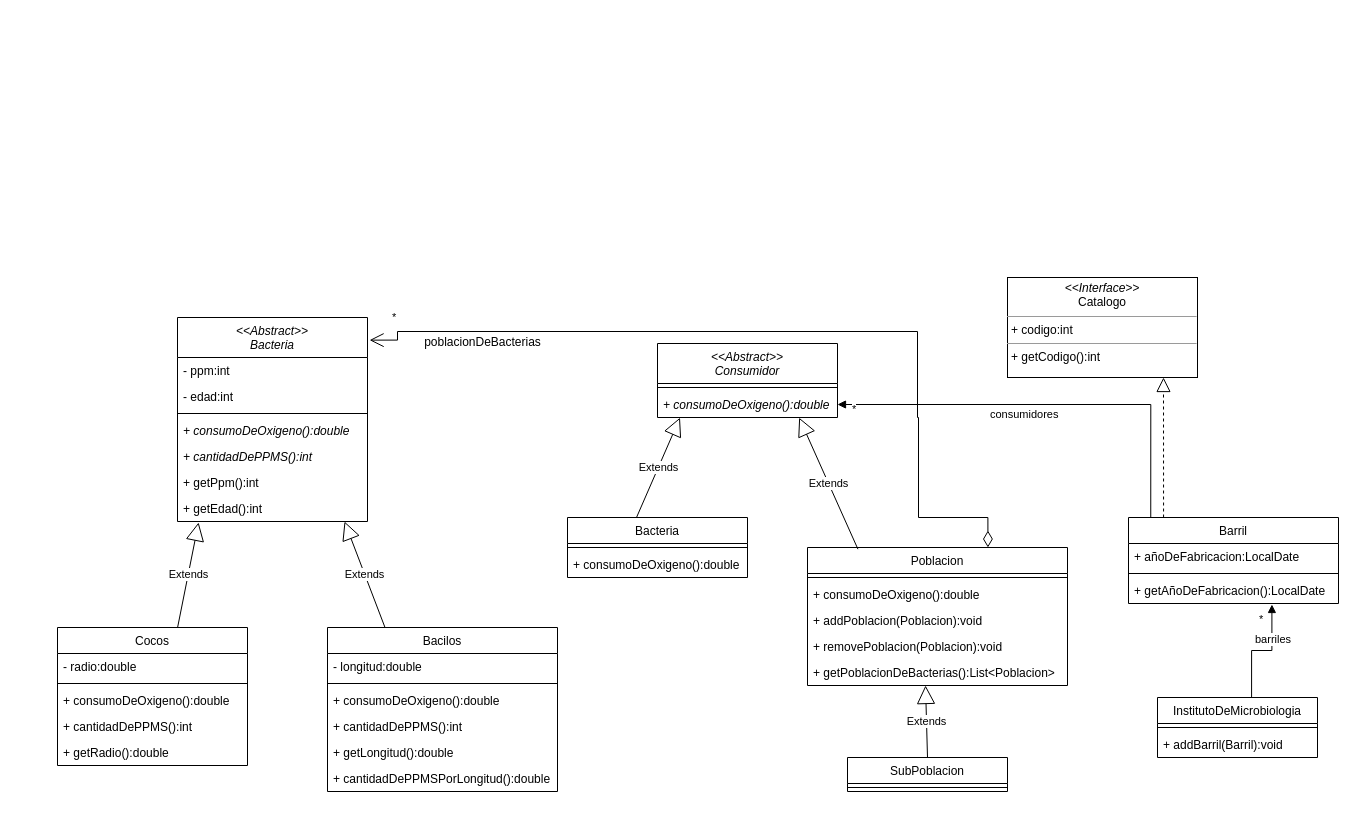
nhubczyk/Diagramas-UML keeps this draw.io diagram as unq-po2-Parcial-1eraFecha-2019-Microbiologia.drawio. Above is the earlier version. Source tidied: cells renumbered, new cells numbered last; positions are measured from the earlier drawing's top-left corner, leaving out a move shared by most shapes. Both pictures are drawn from the tidied source at 100%, with x=0, y=0 at pixel (57, 277).
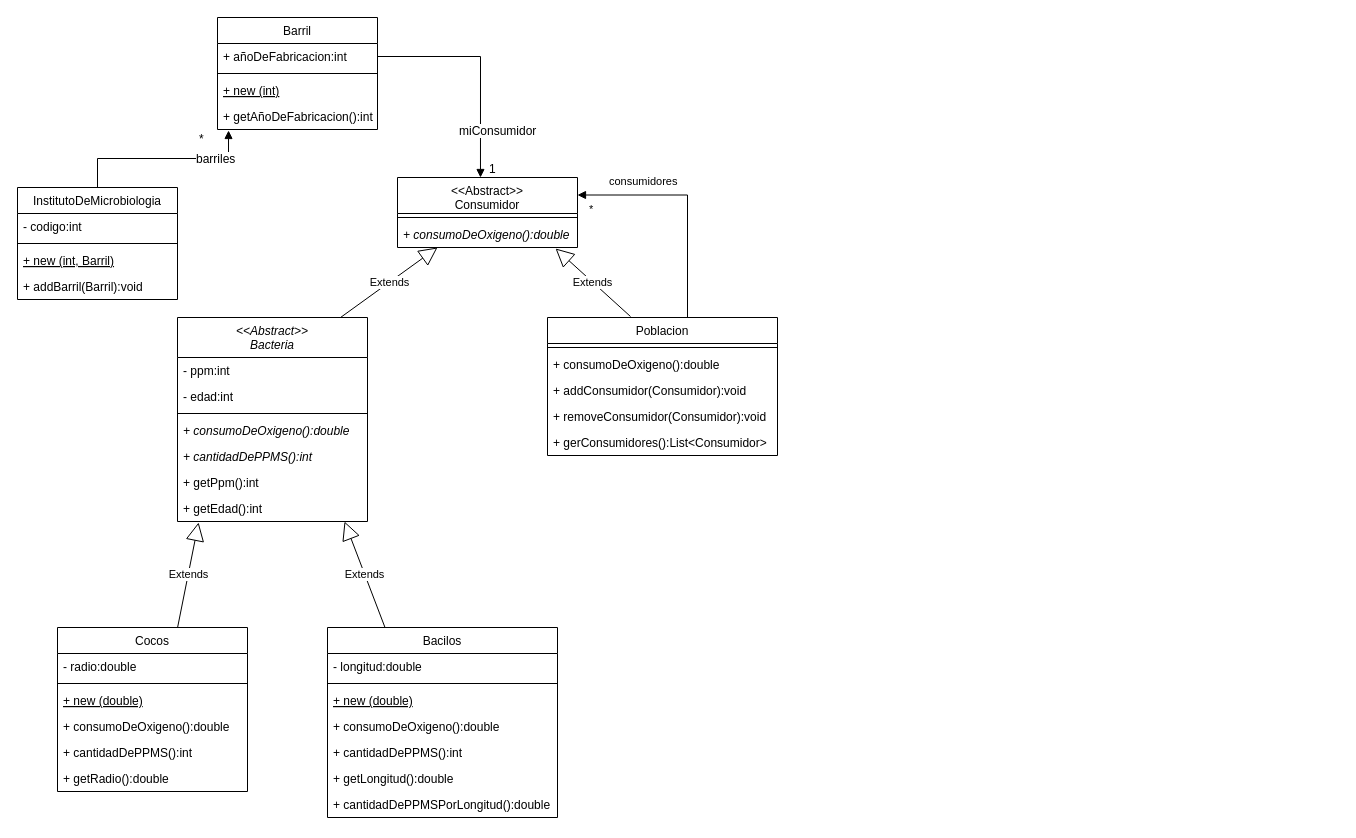
The same diagram, later.

The change refers to these unchanged cells:
```xml
<mxCell id="2" value="&lt;&lt;Abstract&gt;&gt;&#10;Bacteria" style="swimlane;fontStyle=2;align=center;verticalAlign=top;horizontal=1;startSize=40;" parent="1" vertex="1">
  <mxGeometry x="120" y="40" width="190" height="204" as="geometry" />
</mxCell>
```

What changed in the source:
```diff
@@
     <mxCell id="10" value="Cocos" style="swimlane;fontStyle=0;align=center;verticalAlign=top;horizontal=1;startSize=26;" parent="1" vertex="1">
-      <mxGeometry y="350" width="190" height="138" as="geometry" />
+      <mxGeometry y="350" width="190" height="164" as="geometry" />
     </mxCell>
@@
+    <mxCell id="57" value="+ new (double)" style="text;strokeColor=none;fillColor=none;align=left;verticalAlign=top;spacingLeft=4;spacingRight=4;overflow=hidden;fontStyle=4;" parent="10" vertex="1">
+      <mxGeometry y="60" width="190" height="26" as="geometry" />
+    </mxCell>
     <mxCell id="13" value="+ consumoDeOxigeno():double" style="text;strokeColor=none;fillColor=none;align=left;verticalAlign=top;spacingLeft=4;spacingRight=4;overflow=hidden;fontStyle=0;" parent="10" vertex="1">
-      <mxGeometry y="60" width="190" height="26" as="geometry" />
+      <mxGeometry y="86" width="190" height="26" as="geometry" />
     </mxCell>
     <mxCell id="14" value="+ cantidadDePPMS():int" style="text;strokeColor=none;fillColor=none;align=left;verticalAlign=top;spacingLeft=4;spacingRight=4;overflow=hidden;fontStyle=0;" parent="10" vertex="1">
-      <mxGeometry y="86" width="190" height="26" as="geometry" />
+      <mxGeometry y="112" width="190" height="26" as="geometry" />
     </mxCell>
     <mxCell id="15" value="+ getRadio():double" style="text;strokeColor=none;fillColor=none;align=left;verticalAlign=top;spacingLeft=4;spacingRight=4;overflow=hidden;fontStyle=0;" parent="10" vertex="1">
-      <mxGeometry y="112" width="190" height="26" as="geometry" />
+      <mxGeometry y="138" width="190" height="26" as="geometry" />
     </mxCell>
     <mxCell id="16" value="Bacilos" style="swimlane;fontStyle=0;align=center;verticalAlign=top;horizontal=1;startSize=26;" parent="1" vertex="1">
-      <mxGeometry x="270" y="350" width="230" height="164" as="geometry" />
+      <mxGeometry x="270" y="350" width="230" height="190" as="geometry" />
     </mxCell>
@@
+    <mxCell id="58" value="+ new (double)" style="text;strokeColor=none;fillColor=none;align=left;verticalAlign=top;spacingLeft=4;spacingRight=4;overflow=hidden;fontStyle=4;" parent="16" vertex="1">
+      <mxGeometry y="60" width="230" height="26" as="geometry" />
+    </mxCell>
     <mxCell id="19" value="+ consumoDeOxigeno():double" style="text;strokeColor=none;fillColor=none;align=left;verticalAlign=top;spacingLeft=4;spacingRight=4;overflow=hidden;fontStyle=0;" parent="16" vertex="1">
-      <mxGeometry y="60" width="230" height="26" as="geometry" />
+      <mxGeometry y="86" width="230" height="26" as="geometry" />
     </mxCell>
     <mxCell id="20" value="+ cantidadDePPMS():int" style="text;strokeColor=none;fillColor=none;align=left;verticalAlign=top;spacingLeft=4;spacingRight=4;overflow=hidden;fontStyle=0;" parent="16" vertex="1">
-      <mxGeometry y="86" width="230" height="26" as="geometry" />
+      <mxGeometry y="112" width="230" height="26" as="geometry" />
     </mxCell>
     <mxCell id="21" value="+ getLongitud():double" style="text;strokeColor=none;fillColor=none;align=left;verticalAlign=top;spacingLeft=4;spacingRight=4;overflow=hidden;fontStyle=0;" parent="16" vertex="1">
-      <mxGeometry y="112" width="230" height="26" as="geometry" />
+      <mxGeometry y="138" width="230" height="26" as="geometry" />
     </mxCell>
     <mxCell id="22" value="+ cantidadDePPMSPorLongitud():double" style="text;strokeColor=none;fillColor=none;align=left;verticalAlign=top;spacingLeft=4;spacingRight=4;overflow=hidden;fontStyle=0;" parent="16" vertex="1">
-      <mxGeometry y="138" width="230" height="26" as="geometry" />
+      <mxGeometry y="164" width="230" height="26" as="geometry" />
     </mxCell>
@@
-    <mxCell id="25" value="&lt;&lt;Abstract&gt;&gt;&#10;Consumidor" style="swimlane;fontStyle=2;align=center;verticalAlign=top;horizontal=1;startSize=40;" parent="1" vertex="1">
-      <mxGeometry x="600" y="66" width="180" height="74" as="geometry" />
+    <mxCell id="25" value="&lt;&lt;Abstract&gt;&gt;&#10;Consumidor" style="swimlane;fontStyle=0;align=center;verticalAlign=top;horizontal=1;startSize=36;" parent="1" vertex="1">
+      <mxGeometry x="340" y="-100" width="180" height="70" as="geometry" />
     </mxCell>
-    <mxCell id="26" style="line;strokeWidth=1;fillColor=none;align=left;verticalAlign=middle;spacingTop=-1;spacingLeft=3;spacingRight=3;labelPosition=right;strokeColor=inherit;" parent="25" vertex="1">
-      <mxGeometry y="40" width="180" height="8" as="geometry" />
-    </mxCell>
+    <mxCell id="59" style="line;strokeWidth=1;fillColor=none;align=left;verticalAlign=middle;spacingTop=-1;spacingLeft=3;spacingRight=3;labelPosition=right;strokeColor=inherit;" parent="25" vertex="1">
+      <mxGeometry y="36" width="180" height="8" as="geometry" />
+    </mxCell>
     <mxCell id="27" value="+ consumoDeOxigeno():double" style="text;strokeColor=none;fillColor=none;align=left;verticalAlign=top;spacingLeft=4;spacingRight=4;overflow=hidden;points=[[0,0.5],[1,0.5]];portConstraint=eastwest;fontStyle=2;" parent="25" vertex="1">
-      <mxGeometry y="48" width="180" height="26" as="geometry" />
+      <mxGeometry y="44" width="180" height="26" as="geometry" />
     </mxCell>
-    <mxCell id="28" value="Bacteria" style="swimlane;fontStyle=0;align=center;verticalAlign=top;horizontal=1;startSize=26;" parent="1" vertex="1">
-      <mxGeometry x="510" y="240" width="180" height="60" as="geometry" />
-    </mxCell>
-    <mxCell id="29" style="line;strokeWidth=1;fillColor=none;align=left;verticalAlign=middle;spacingTop=-1;spacingLeft=3;spacingRight=3;labelPosition=right;strokeColor=inherit;" parent="28" vertex="1">
-      <mxGeometry y="26" width="180" height="8" as="geometry" />
-    </mxCell>
-    <mxCell id="30" value="+ consumoDeOxigeno():double" style="text;strokeColor=none;fillColor=none;align=left;verticalAlign=top;spacingLeft=4;spacingRight=4;overflow=hidden;fontStyle=0;" parent="28" vertex="1">
-      <mxGeometry y="34" width="180" height="26" as="geometry" />
-    </mxCell>
+    <mxCell id="60" value="Extends" style="endArrow=block;endSize=16;endFill=0;html=1;rounded=0;exitX=0.858;exitY=0;exitDx=0;exitDy=0;exitPerimeter=0;" parent="1" edge="1" source="2">
+      <mxGeometry relative="1" as="geometry">
+        <mxPoint x="380" y="-30" as="targetPoint" />
+      </mxGeometry>
+    </mxCell>
     <mxCell id="31" value="Poblacion" style="swimlane;fontStyle=0;align=center;verticalAlign=top;horizontal=1;startSize=26;" parent="1" vertex="1">
-      <mxGeometry x="750" y="270" width="260" height="138" as="geometry" />
+      <mxGeometry x="490" y="40" width="230" height="138" as="geometry" />
     </mxCell>
-    <mxCell id="32" style="line;strokeWidth=1;fillColor=none;align=left;verticalAlign=middle;spacingTop=-1;spacingLeft=3;spacingRight=3;labelPosition=right;strokeColor=inherit;" parent="31" vertex="1">
-      <mxGeometry y="26" width="260" height="8" as="geometry" />
-    </mxCell>
-    <mxCell id="33" value="+ consumoDeOxigeno():double" style="text;strokeColor=none;fillColor=none;align=left;verticalAlign=top;spacingLeft=4;spacingRight=4;overflow=hidden;fontStyle=0;" parent="31" vertex="1">
-      <mxGeometry y="34" width="260" height="26" as="geometry" />
-    </mxCell>
-    <mxCell id="34" value="+ addPoblacion(Poblacion):void" style="text;strokeColor=none;fillColor=none;align=left;verticalAlign=top;spacingLeft=4;spacingRight=4;overflow=hidden;fontStyle=0;" parent="31" vertex="1">
-      <mxGeometry y="60" width="260" height="26" as="geometry" />
-    </mxCell>
-    <mxCell id="35" value="+ removePoblacion(Poblacion):void&#10;" style="text;strokeColor=none;fillColor=none;align=left;verticalAlign=top;spacingLeft=4;spacingRight=4;overflow=hidden;fontStyle=0;" parent="31" vertex="1">
-      <mxGeometry y="86" width="260" height="26" as="geometry" />
-    </mxCell>
-    <mxCell id="36" value="+ getPoblacionDeBacterias():List&lt;Poblacion&gt;" style="text;strokeColor=none;fillColor=none;align=left;verticalAlign=top;spacingLeft=4;spacingRight=4;overflow=hidden;points=[[0,0.5],[1,0.5]];portConstraint=eastwest;fontStyle=0;" parent="31" vertex="1">
-      <mxGeometry y="112" width="260" height="26" as="geometry" />
-    </mxCell>
-    <mxCell id="37" value="Extends" style="endArrow=block;endSize=16;endFill=0;html=1;rounded=0;exitX=0.632;exitY=0;exitDx=0;exitDy=0;exitPerimeter=0;entryX=0.125;entryY=1.006;entryDx=0;entryDy=0;entryPerimeter=0;" parent="1" edge="1" target="27">
-      <mxGeometry relative="1" as="geometry">
-        <mxPoint x="579" y="240" as="sourcePoint" />
-      </mxGeometry>
-    </mxCell>
+    <mxCell id="61" style="line;strokeWidth=1;fillColor=none;align=left;verticalAlign=middle;spacingTop=-1;spacingLeft=3;spacingRight=3;labelPosition=right;strokeColor=inherit;" parent="31" vertex="1">
+      <mxGeometry y="26" width="230" height="8" as="geometry" />
+    </mxCell>
+    <mxCell id="62" value="+ consumoDeOxigeno():double" style="text;strokeColor=none;fillColor=none;align=left;verticalAlign=top;spacingLeft=4;spacingRight=4;overflow=hidden;fontStyle=0;" parent="31" vertex="1">
+      <mxGeometry y="34" width="230" height="26" as="geometry" />
+    </mxCell>
+    <mxCell id="63" value="+ addConsumidor(Consumidor):void" style="text;strokeColor=none;fillColor=none;align=left;verticalAlign=top;spacingLeft=4;spacingRight=4;overflow=hidden;fontStyle=0;" parent="31" vertex="1">
+      <mxGeometry y="60" width="230" height="26" as="geometry" />
+    </mxCell>
+    <mxCell id="64" value="+ removeConsumidor(Consumidor):void" style="text;strokeColor=none;fillColor=none;align=left;verticalAlign=top;spacingLeft=4;spacingRight=4;overflow=hidden;fontStyle=0;" parent="31" vertex="1">
+      <mxGeometry y="86" width="230" height="26" as="geometry" />
+    </mxCell>
+    <mxCell id="65" value="+ gerConsumidores():List&lt;Consumidor&gt;" style="text;strokeColor=none;fillColor=none;align=left;verticalAlign=top;spacingLeft=4;spacingRight=4;overflow=hidden;fontStyle=0;" parent="31" vertex="1">
+      <mxGeometry y="112" width="230" height="26" as="geometry" />
+    </mxCell>
-    <mxCell id="38" value="Extends" style="endArrow=block;endSize=16;endFill=0;html=1;rounded=0;exitX=0.194;exitY=0.012;exitDx=0;exitDy=0;entryX=0.787;entryY=1.006;entryDx=0;entryDy=0;entryPerimeter=0;exitPerimeter=0;" parent="1" edge="1" source="31" target="27">
+    <mxCell id="38" value="Extends" style="endArrow=block;endSize=16;endFill=0;html=1;rounded=0;exitX=0.361;exitY=-0.007;exitDx=0;exitDy=0;exitPerimeter=0;entryX=0.878;entryY=1.038;entryDx=0;entryDy=0;entryPerimeter=0;" parent="1" edge="1" source="31" target="27">
       <mxGeometry relative="1" as="geometry" />
     </mxCell>
-    <mxCell id="39" value="*" style="endArrow=open;html=1;endSize=12;startArrow=diamondThin;startSize=14;startFill=0;edgeStyle=orthogonalEdgeStyle;align=left;verticalAlign=bottom;rounded=0;exitX=0.694;exitY=0;exitDx=0;exitDy=0;exitPerimeter=0;entryX=1.011;entryY=0.111;entryDx=0;entryDy=0;entryPerimeter=0;" parent="1" edge="1" source="31" target="2">
-      <mxGeometry x="0.95" y="-14" relative="1" as="geometry">
-        <Array as="points">
-          <mxPoint x="861" y="240" />
-          <mxPoint x="861" y="140" />
-          <mxPoint x="860" y="140" />
-          <mxPoint x="860" y="54" />
-          <mxPoint x="340" y="54" />
-          <mxPoint x="340" y="63" />
-        </Array>
-      </mxGeometry>
-    </mxCell>
-    <mxCell id="40" value="poblacionDeBacterias" style="text;html=1;align=center;verticalAlign=middle;strokeColor=none;fillColor=none;" parent="1" vertex="1">
-      <mxGeometry x="355" y="50" width="140" height="30" as="geometry" />
-    </mxCell>
+    <mxCell id="53" value="consumidores" style="endArrow=block;endFill=1;html=1;edgeStyle=orthogonalEdgeStyle;align=left;verticalAlign=top;rounded=0;exitX=0.617;exitY=0;exitDx=0;exitDy=0;exitPerimeter=0;entryX=1;entryY=0.25;entryDx=0;entryDy=0;" parent="1" edge="1" source="31" target="25">
+      <mxGeometry x="0.74" y="-27" relative="1" as="geometry">
+        <Array as="points">
+          <mxPoint x="630" y="40" />
+          <mxPoint x="630" y="-82" />
+        </Array>
+      </mxGeometry>
+    </mxCell>
+    <mxCell id="66" value="*" style="edgeLabel;html=1;align=left;verticalAlign=bottom;" parent="53" vertex="1">
+      <mxGeometry x="-1" relative="1" as="geometry">
+        <mxPoint x="-102" y="-100" as="offset" />
+      </mxGeometry>
+    </mxCell>
-    <mxCell id="41" value="InstitutoDeMicrobiologia" style="swimlane;fontStyle=0;align=center;verticalAlign=top;horizontal=1;startSize=26;" parent="1" vertex="1">
-      <mxGeometry x="1100" y="420" width="160" height="60" as="geometry" />
+    <mxCell id="41" value="InstitutoDeMicrobiologia" style="swimlane;fontStyle=0;align=center;verticalAlign=top;horizontal=1;startSize=26;fontSize=12;" parent="1" vertex="1">
+      <mxGeometry x="-40" y="-90" width="160" height="112" as="geometry" />
     </mxCell>
-    <mxCell id="42" style="line;strokeWidth=1;fillColor=none;align=left;verticalAlign=middle;spacingTop=-1;spacingLeft=3;spacingRight=3;labelPosition=right;strokeColor=inherit;" parent="41" vertex="1">
-      <mxGeometry y="26" width="160" height="8" as="geometry" />
-    </mxCell>
+    <mxCell id="67" value="- codigo:int" style="text;strokeColor=none;fillColor=none;align=left;verticalAlign=top;spacingLeft=4;spacingRight=4;overflow=hidden;fontSize=12;" parent="41" vertex="1">
+      <mxGeometry y="26" width="160" height="26" as="geometry" />
+    </mxCell>
+    <mxCell id="68" style="line;strokeWidth=1;fillColor=none;align=left;verticalAlign=middle;spacingTop=-1;spacingLeft=3;spacingRight=3;labelPosition=right;strokeColor=inherit;fontSize=12;" parent="41" vertex="1">
+      <mxGeometry y="52" width="160" height="8" as="geometry" />
+    </mxCell>
+    <mxCell id="69" value="+ new (int, Barril)" style="text;strokeColor=none;fillColor=none;align=left;verticalAlign=top;spacingLeft=4;spacingRight=4;overflow=hidden;fontSize=12;fontStyle=4;" parent="41" vertex="1">
+      <mxGeometry y="60" width="160" height="26" as="geometry" />
+    </mxCell>
-    <mxCell id="43" value="+ addBarril(Barril):void" style="text;strokeColor=none;fillColor=none;align=left;verticalAlign=top;spacingLeft=4;spacingRight=4;overflow=hidden;" parent="41" vertex="1">
-      <mxGeometry y="34" width="160" height="26" as="geometry" />
+    <mxCell id="43" value="+ addBarril(Barril):void" style="text;strokeColor=none;fillColor=none;align=left;verticalAlign=top;spacingLeft=4;spacingRight=4;overflow=hidden;fontSize=12;" parent="41" vertex="1">
+      <mxGeometry y="86" width="160" height="26" as="geometry" />
     </mxCell>
-    <mxCell id="44" value="SubPoblacion" style="swimlane;fontStyle=0;align=center;verticalAlign=top;horizontal=1;startSize=26;" parent="1" vertex="1">
-      <mxGeometry x="790" y="480" width="160" height="34" as="geometry" />
-    </mxCell>
-    <mxCell id="45" style="line;strokeWidth=1;fillColor=none;align=left;verticalAlign=middle;spacingTop=-1;spacingLeft=3;spacingRight=3;labelPosition=right;strokeColor=inherit;" parent="44" vertex="1">
-      <mxGeometry y="26" width="160" height="8" as="geometry" />
-    </mxCell>
-    <mxCell id="46" value="Extends" style="endArrow=block;endSize=16;endFill=0;html=1;rounded=0;exitX=0.5;exitY=0;exitDx=0;exitDy=0;entryX=0.454;entryY=1;entryDx=0;entryDy=0;entryPerimeter=0;" parent="1" edge="1" source="44" target="36">
-      <mxGeometry relative="1" as="geometry" />
-    </mxCell>
-    <mxCell id="47" value="&lt;p style=&quot;margin:0px;margin-top:4px;text-align:center;&quot;&gt;&lt;i&gt;&amp;lt;&amp;lt;Interface&amp;gt;&amp;gt;&lt;/i&gt;&lt;br&gt;Catalogo&lt;/p&gt;&lt;hr size=&quot;1&quot;&gt;&lt;p style=&quot;margin:0px;margin-left:4px;&quot;&gt;+ codigo:int&lt;/p&gt;&lt;hr size=&quot;1&quot;&gt;&lt;p style=&quot;margin:0px;margin-left:4px;&quot;&gt;+ getCodigo():int&lt;/p&gt;" style="verticalAlign=top;align=left;overflow=fill;fontSize=12;fontFamily=Helvetica;html=1;" parent="1" vertex="1">
-      <mxGeometry x="950" width="190" height="100" as="geometry" />
-    </mxCell>
-    <mxCell id="48" value="Barril" style="swimlane;fontStyle=0;align=center;verticalAlign=top;horizontal=1;startSize=26;" parent="1" vertex="1">
-      <mxGeometry x="1071" y="240" width="210" height="86" as="geometry" />
+    <mxCell id="48" value="Barril" style="swimlane;fontStyle=0;align=center;verticalAlign=top;horizontal=1;startSize=26;fontSize=12;" parent="1" vertex="1">
+      <mxGeometry x="160" y="-260" width="160" height="112" as="geometry" />
     </mxCell>
-    <mxCell id="49" value="+ añoDeFabricacion:LocalDate" style="text;strokeColor=none;fillColor=none;align=left;verticalAlign=top;spacingLeft=4;spacingRight=4;overflow=hidden;" parent="48" vertex="1">
-      <mxGeometry y="26" width="210" height="26" as="geometry" />
-    </mxCell>
-    <mxCell id="50" style="line;strokeWidth=1;fillColor=none;align=left;verticalAlign=middle;spacingTop=-1;spacingLeft=3;spacingRight=3;labelPosition=right;strokeColor=inherit;" parent="48" vertex="1">
-      <mxGeometry y="52" width="210" height="8" as="geometry" />
-    </mxCell>
-    <mxCell id="51" value="+ getAñoDeFabricacion():LocalDate" style="text;strokeColor=none;fillColor=none;align=left;verticalAlign=top;spacingLeft=4;spacingRight=4;overflow=hidden;points=[[0,0.5],[1,0.5]];portConstraint=eastwest;" parent="48" vertex="1">
-      <mxGeometry y="60" width="210" height="26" as="geometry" />
-    </mxCell>
-    <mxCell id="52" style="endArrow=block;dashed=1;endFill=0;endSize=12;html=1;rounded=0;exitX=0.167;exitY=0;exitDx=0;exitDy=0;exitPerimeter=0;" parent="1" edge="1" source="48">
-      <mxGeometry relative="1" as="geometry">
-        <mxPoint x="1106" y="100" as="targetPoint" />
-      </mxGeometry>
-    </mxCell>
-    <mxCell id="53" value="consumidores" style="endArrow=block;endFill=1;html=1;edgeStyle=orthogonalEdgeStyle;align=left;verticalAlign=top;rounded=0;exitX=0.106;exitY=0;exitDx=0;exitDy=0;exitPerimeter=0;entryX=1;entryY=0.5;entryDx=0;entryDy=0;" parent="1" edge="1" source="48" target="27">
-      <mxGeometry x="0.29" y="-3" relative="1" as="geometry" />
-    </mxCell>
-    <mxCell id="54" value="*" style="edgeLabel;html=1;align=left;verticalAlign=bottom;" parent="53" vertex="1">
-      <mxGeometry x="-1" relative="1" as="geometry">
-        <mxPoint x="-300" y="-100" as="offset" />
-      </mxGeometry>
-    </mxCell>
+    <mxCell id="70" value="+ añoDeFabricacion:int" style="text;strokeColor=none;fillColor=none;align=left;verticalAlign=top;spacingLeft=4;spacingRight=4;overflow=hidden;points=[[0,0.5],[1,0.5]];portConstraint=eastwest;fontSize=12;" parent="48" vertex="1">
+      <mxGeometry y="26" width="160" height="26" as="geometry" />
+    </mxCell>
+    <mxCell id="71" style="line;strokeWidth=1;fillColor=none;align=left;verticalAlign=middle;spacingTop=-1;spacingLeft=3;spacingRight=3;labelPosition=right;strokeColor=inherit;fontSize=12;" parent="48" vertex="1">
+      <mxGeometry y="52" width="160" height="8" as="geometry" />
+    </mxCell>
+    <mxCell id="72" value="+ new (int)" style="text;strokeColor=none;fillColor=none;align=left;verticalAlign=top;spacingLeft=4;spacingRight=4;overflow=hidden;fontSize=12;fontStyle=4;" parent="48" vertex="1">
+      <mxGeometry y="60" width="160" height="26" as="geometry" />
+    </mxCell>
+    <mxCell id="73" value="+ getAñoDeFabricacion():int" style="text;strokeColor=none;fillColor=none;align=left;verticalAlign=top;spacingLeft=4;spacingRight=4;overflow=hidden;points=[[0,0.5],[1,0.5]];portConstraint=eastwest;fontSize=12;" parent="48" vertex="1">
+      <mxGeometry y="86" width="160" height="26" as="geometry" />
+    </mxCell>
-    <mxCell id="55" value="barriles" style="endArrow=block;endFill=1;html=1;edgeStyle=orthogonalEdgeStyle;align=left;verticalAlign=top;rounded=0;exitX=0.588;exitY=0;exitDx=0;exitDy=0;exitPerimeter=0;entryX=0.683;entryY=1.038;entryDx=0;entryDy=0;entryPerimeter=0;" parent="1" edge="1" source="41" target="51">
-      <mxGeometry x="-0.14" y="24" relative="1" as="geometry" />
+    <mxCell id="55" value="barriles" style="endArrow=block;endFill=1;html=1;edgeStyle=orthogonalEdgeStyle;align=left;verticalAlign=top;rounded=0;fontSize=12;exitX=0.5;exitY=0;exitDx=0;exitDy=0;entryX=0.069;entryY=1.038;entryDx=0;entryDy=0;entryPerimeter=0;" parent="1" edge="1" source="41" target="73">
+      <mxGeometry x="0.34" y="13" relative="1" as="geometry" />
     </mxCell>
-    <mxCell id="56" value="*" style="edgeLabel;html=1;align=left;verticalAlign=bottom;" parent="55" vertex="1">
-      <mxGeometry x="-1" relative="1" as="geometry">
-        <mxPoint x="6" y="-70" as="offset" />
-      </mxGeometry>
-    </mxCell>
+    <mxCell id="74" value="*" style="edgeLabel;html=1;align=left;verticalAlign=bottom;fontSize=12;" parent="55" vertex="1">
+      <mxGeometry x="-1" relative="1" as="geometry">
+        <mxPoint x="100" y="-40" as="offset" />
+      </mxGeometry>
+    </mxCell>
+    <mxCell id="75" value="miConsumidor" style="endArrow=block;endFill=1;html=1;edgeStyle=orthogonalEdgeStyle;align=left;verticalAlign=top;rounded=0;fontSize=12;entryX=0.461;entryY=0;entryDx=0;entryDy=0;entryPerimeter=0;exitX=1;exitY=0.5;exitDx=0;exitDy=0;" parent="1" edge="1" source="70" target="25">
+      <mxGeometry x="0.46" y="-23" relative="1" as="geometry" />
+    </mxCell>
+    <mxCell id="76" value="1" style="edgeLabel;html=1;align=left;verticalAlign=bottom;fontSize=12;" parent="75" vertex="1">
+      <mxGeometry x="-1" relative="1" as="geometry">
+        <mxPoint x="110" y="121" as="offset" />
+      </mxGeometry>
+    </mxCell>
```
